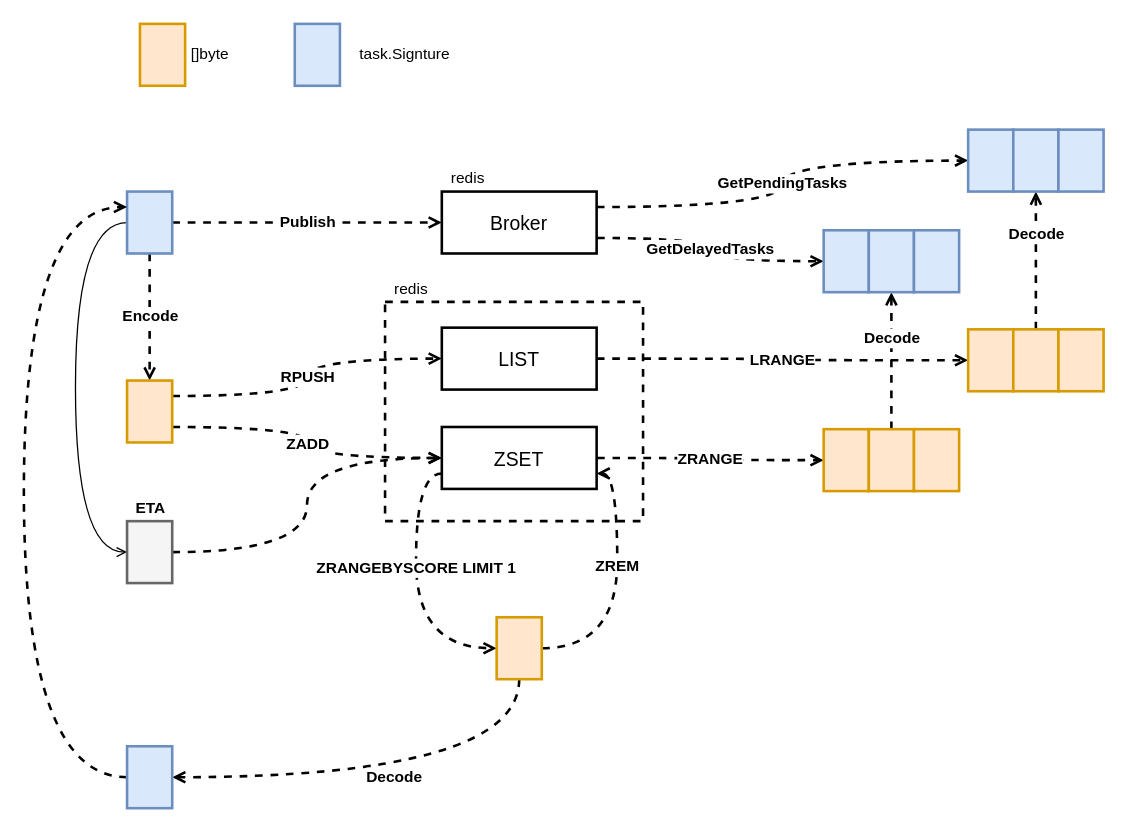
The draw.io diagram page "redis broker" (3 of 6) of schedule/machinery.drawio in dovics/draw.io, before the edit. Source tidied: cells renumbered, new cells numbered last; positions are measured from the earlier drawing's top-left corner, leaving out a move shared by most shapes. Both pictures are drawn from the tidied source at 129%, with x=0, y=0 at pixel (23, 23).
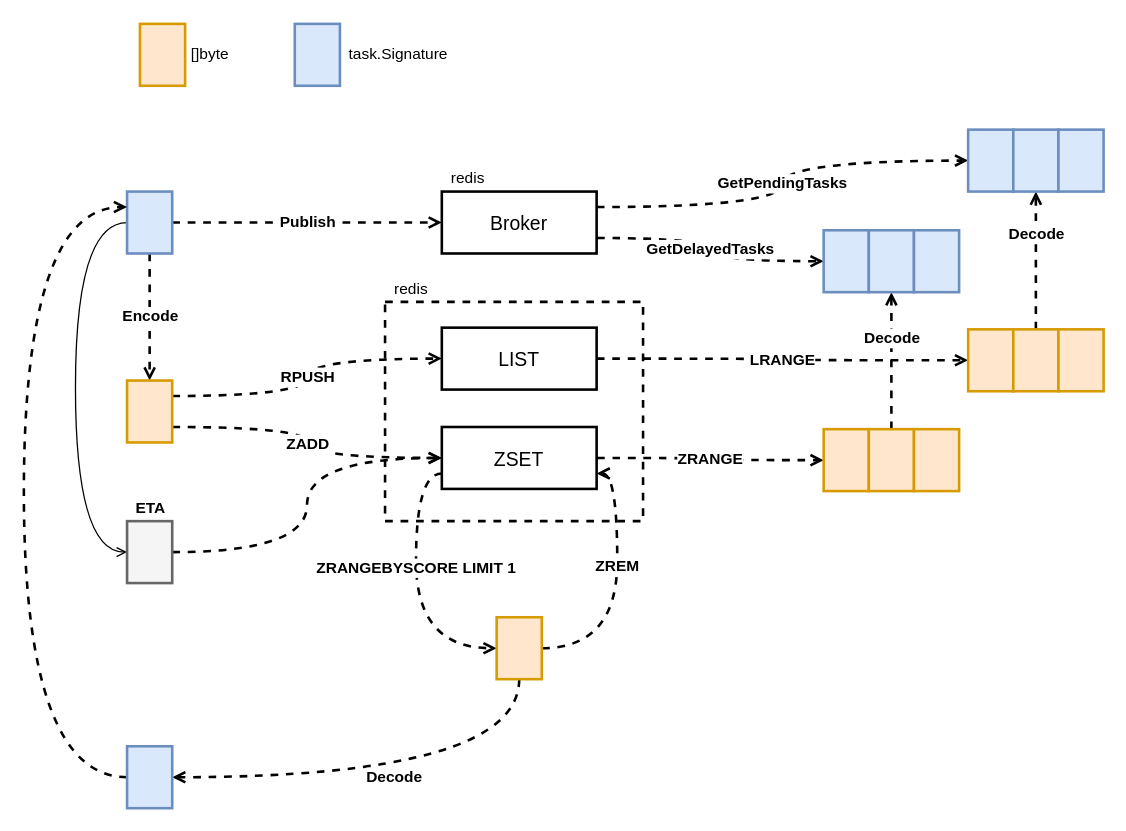
The same page after the edit.

What changed in the source:
```diff
@@
-    <mxCell id="13" value="task.Signture" style="text;html=1;align=center;verticalAlign=middle;strokeColor=none;fillColor=none;fontSize=12;" parent="1" vertex="1">
-      <mxGeometry x="250" y="14" width="90" height="20" as="geometry" />
+    <mxCell id="13" value="task.Signature" style="text;html=1;align=center;verticalAlign=middle;strokeColor=none;fillColor=none;fontSize=12;" parent="1" vertex="1">
+      <mxGeometry x="245" y="14" width="90" height="20" as="geometry" />
     </mxCell>
```
